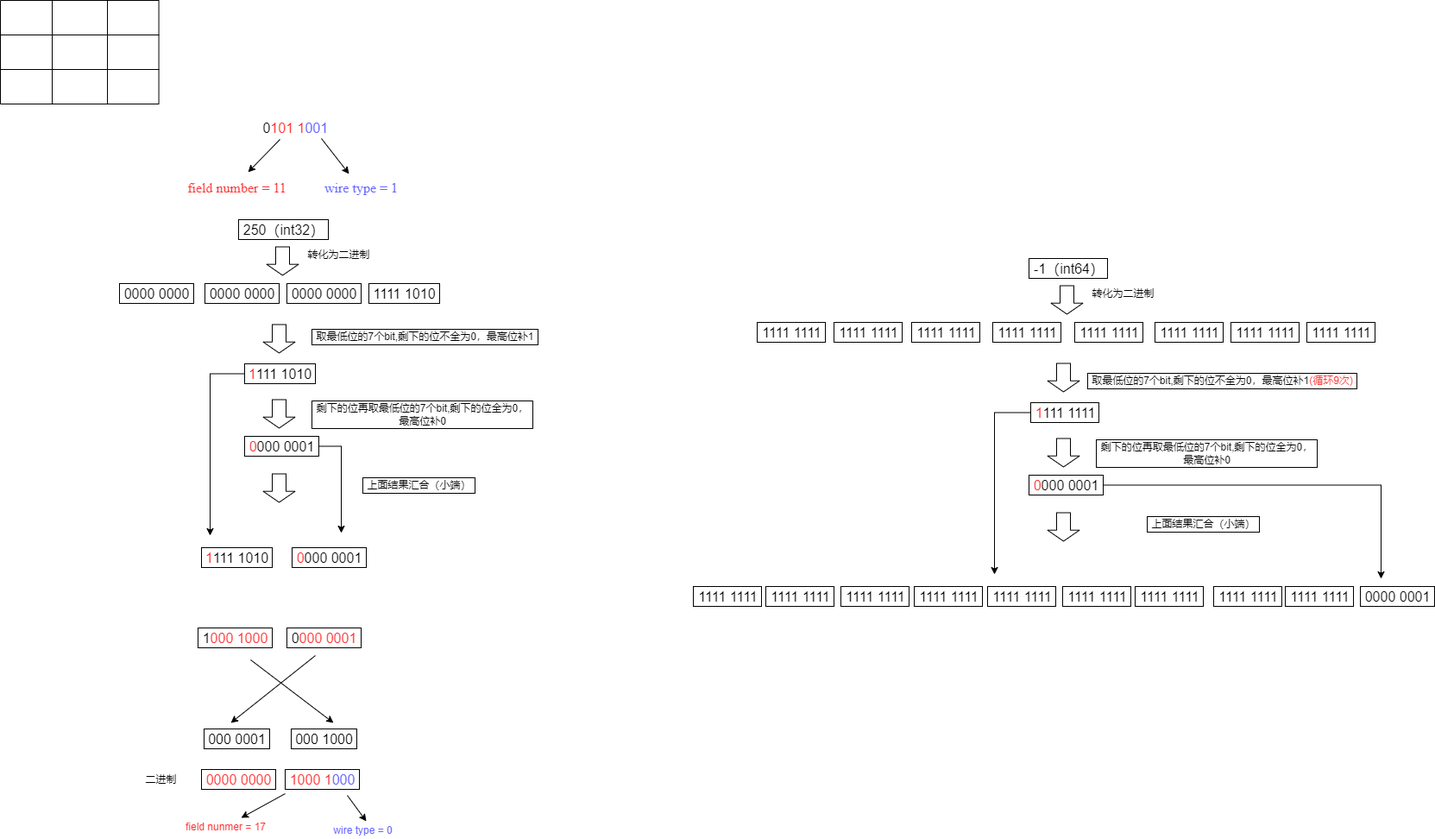
This is protobuf/demo1.png from sihaibao/note, a draw.io export, as it was before one commit. Source tidied: cells renumbered, new cells last; positions are measured from the earlier drawing's top-left corner, leaving out a move shared by most shapes.
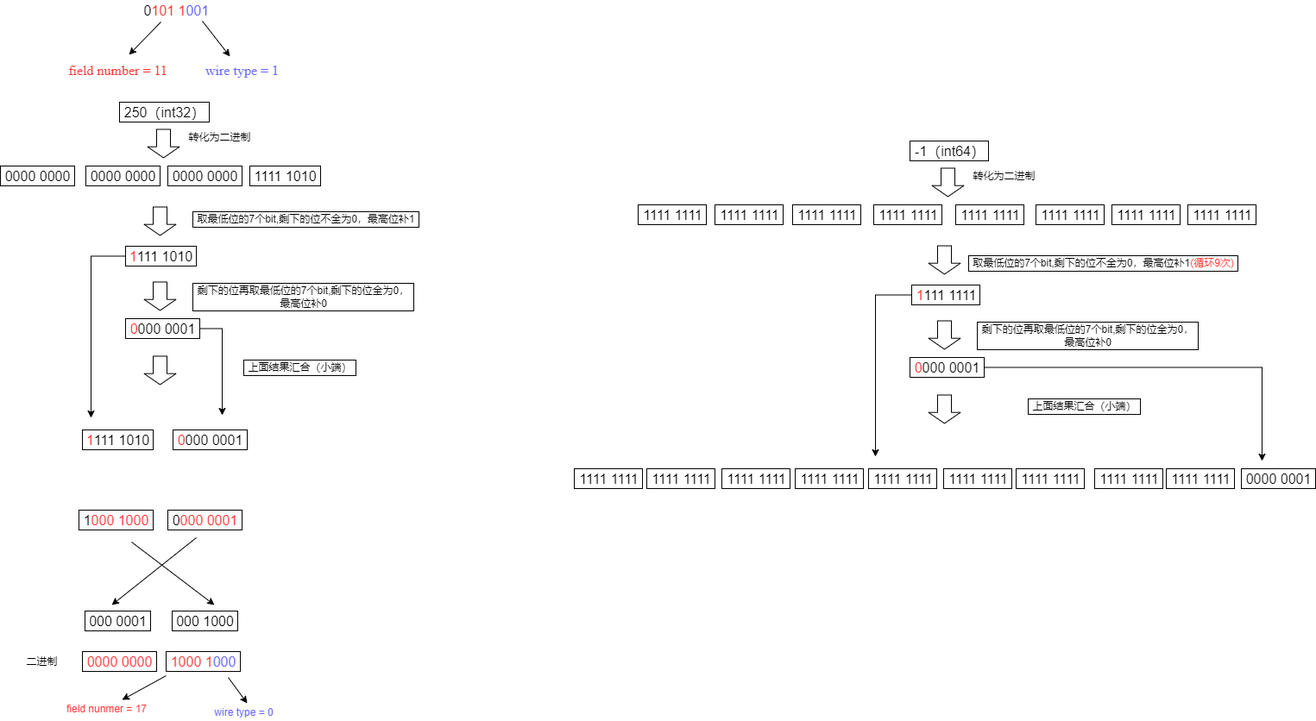
The same diagram one commit later.

The edit, as a diff of the source:
```diff
@@ -256,44 +256,5 @@
     <mxCell id="69" value="1111 1111" style="text;html=1;align=center;verticalAlign=middle;strokeColor=default;fillColor=none;fontSize=16;" parent="1" vertex="1">
       <mxGeometry x="1489" y="679" width="79" height="23" as="geometry" />
     </mxCell>
-    <mxCell id="70" style="shape=table;html=1;whiteSpace=wrap;startSize=0;fontColor=#FF3333;" parent="1" vertex="1">
-      <mxGeometry width="183.6" height="120" as="geometry" />
-    </mxCell>
-    <mxCell id="71" style="shape=tableRow;horizontal=0;startSize=0;swimlaneHead=0;swimlaneBody=0;top=0;left=0;bottom=0;right=0;fillColor=none;fontColor=#FF3333;" parent="70" vertex="1">
-      <mxGeometry width="183.6" height="40" as="geometry" />
-    </mxCell>
-    <mxCell id="72" style="shape=partialRectangle;html=1;whiteSpace=wrap;fillColor=none;top=0;left=0;bottom=0;right=0;overflow=hidden;fontColor=#FF3333;" parent="71" vertex="1">
-      <mxGeometry width="60" height="40" as="geometry" />
-    </mxCell>
-    <mxCell id="73" style="shape=partialRectangle;html=1;whiteSpace=wrap;fillColor=none;top=0;left=0;bottom=0;right=0;overflow=hidden;fontColor=#FF3333;" parent="71" vertex="1">
-      <mxGeometry x="60" width="64" height="40" as="geometry" />
-    </mxCell>
-    <mxCell id="74" style="shape=partialRectangle;html=1;whiteSpace=wrap;fillColor=none;top=0;left=0;bottom=0;right=0;overflow=hidden;fontColor=#FF3333;" parent="71" vertex="1">
-      <mxGeometry x="124" width="60" height="40" as="geometry" />
-    </mxCell>
-    <mxCell id="75" style="shape=tableRow;horizontal=0;startSize=0;swimlaneHead=0;swimlaneBody=0;top=0;left=0;bottom=0;right=0;fillColor=none;fontColor=#FF3333;" parent="70" vertex="1">
-      <mxGeometry y="40" width="183.6" height="40" as="geometry" />
-    </mxCell>
-    <mxCell id="76" style="shape=partialRectangle;html=1;whiteSpace=wrap;fillColor=none;top=0;left=0;bottom=0;right=0;overflow=hidden;fontColor=#FF3333;" parent="75" vertex="1">
-      <mxGeometry width="60" height="40" as="geometry" />
-    </mxCell>
-    <mxCell id="77" style="shape=partialRectangle;html=1;whiteSpace=wrap;fillColor=none;top=0;left=0;bottom=0;right=0;overflow=hidden;fontColor=#FF3333;" parent="75" vertex="1">
-      <mxGeometry x="60" width="64" height="40" as="geometry" />
-    </mxCell>
-    <mxCell id="78" style="shape=partialRectangle;html=1;whiteSpace=wrap;fillColor=none;top=0;left=0;bottom=0;right=0;overflow=hidden;fontColor=#FF3333;" parent="75" vertex="1">
-      <mxGeometry x="124" width="60" height="40" as="geometry" />
-    </mxCell>
-    <mxCell id="79" style="shape=tableRow;horizontal=0;startSize=0;swimlaneHead=0;swimlaneBody=0;top=0;left=0;bottom=0;right=0;fillColor=none;fontColor=#FF3333;" parent="70" vertex="1">
-      <mxGeometry y="80" width="183.6" height="40" as="geometry" />
-    </mxCell>
-    <mxCell id="80" style="shape=partialRectangle;html=1;whiteSpace=wrap;fillColor=none;top=0;left=0;bottom=0;right=0;overflow=hidden;fontColor=#FF3333;" parent="79" vertex="1">
-      <mxGeometry width="60" height="40" as="geometry" />
-    </mxCell>
-    <mxCell id="81" style="shape=partialRectangle;html=1;whiteSpace=wrap;fillColor=none;top=0;left=0;bottom=0;right=0;overflow=hidden;fontColor=#FF3333;" parent="79" vertex="1">
-      <mxGeometry x="60" width="64" height="40" as="geometry" />
-    </mxCell>
-    <mxCell id="82" style="shape=partialRectangle;html=1;whiteSpace=wrap;fillColor=none;top=0;left=0;bottom=0;right=0;overflow=hidden;fontColor=#FF3333;" parent="79" vertex="1">
-      <mxGeometry x="124" width="60" height="40" as="geometry" />
-    </mxCell>
   </root>
 </mxGraphModel>
```
